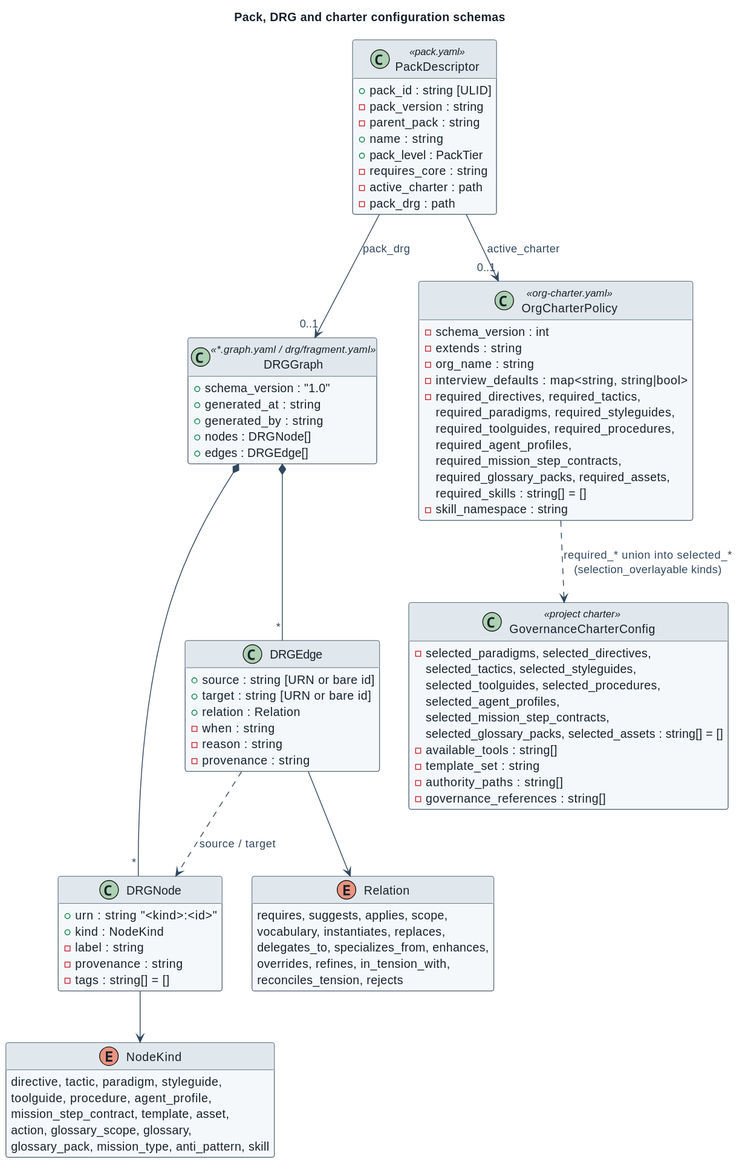
Earlier version of the PlantUML export docs/architecture/diagrams/descriptor-governance.svg (spec-kitty/spec-kitty-charter).
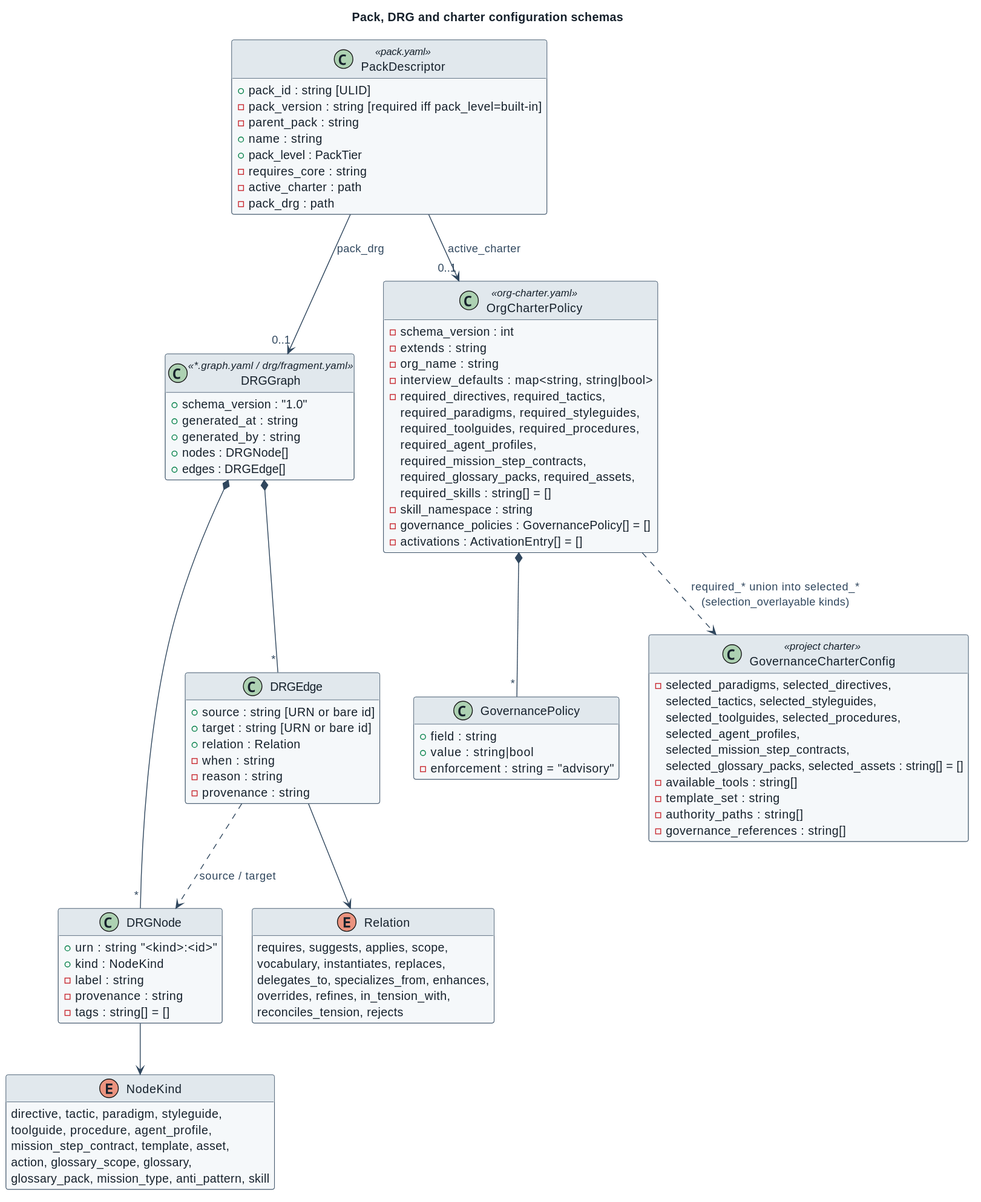
The same file after the commit.

Commit message:
docs(landing): align descriptor diagrams with core schemas

What changed in the source:
```diff
@@ -4,7 +4,7 @@
 
 class PackDescriptor <<pack.yaml>> {
   + pack_id : string [ULID]
-  - pack_version : string
+  - pack_version : string [required iff pack_level=built-in]
   - parent_pack : string
   + name : string
   + pack_level : PackTier
@@ -61,6 +61,13 @@
     required_glossary_packs, required_assets,
     required_skills : string[] = []
   - skill_namespace : string
+  - governance_policies : GovernancePolicy[] = []
+  - activations : ActivationEntry[] = []
+}
+class GovernancePolicy {
+  + field : string
+  + value : string|bool
+  - enforcement : string = "advisory"
 }
 class GovernanceCharterConfig <<project charter>> {
   - selected_paradigms, selected_directives,
@@ -76,6 +83,7 @@
 }
 PackDescriptor --> "0..1" DRGGraph : pack_drg
 PackDescriptor --> "0..1" OrgCharterPolicy : active_charter
+OrgCharterPolicy *-- "*" GovernancePolicy
 DRGGraph *-- "*" DRGNode
 DRGGraph *-- "*" DRGEdge
 DRGNode --> NodeKind
```
